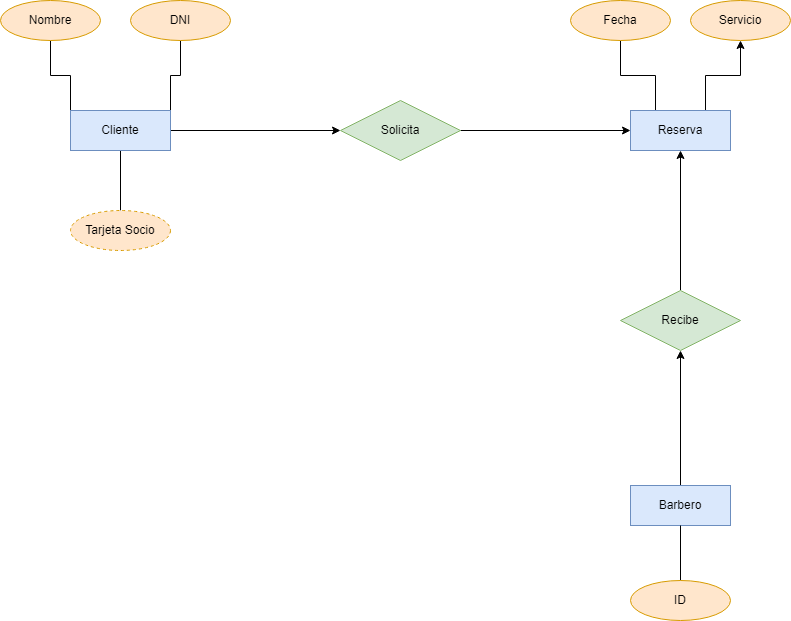
Above: Modelo_entidad_relacion.drawio.png in colidom/proyecto-ets (draw.io), before the change. Source tidied: cells renumbered, new cells last; positions are measured from the earlier drawing's top-left corner, leaving out a move shared by most shapes.
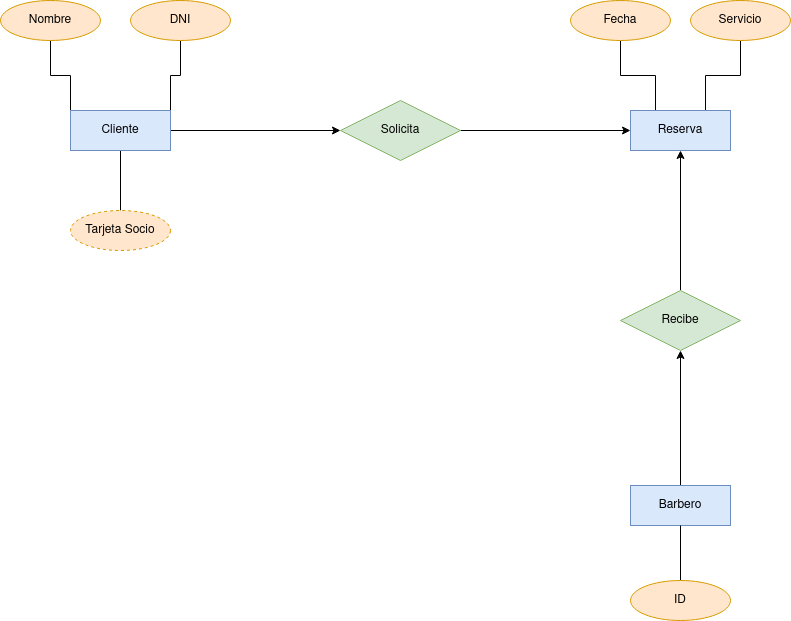
Later version of the same file.

Change to the diagram source:
```diff
@@ -26,7 +26,7 @@
     <mxCell id="9" style="edgeStyle=orthogonalEdgeStyle;rounded=0;jettySize=auto;html=1;exitX=0.25;exitY=0;exitDx=0;exitDy=0;entryX=0.5;entryY=1;entryDx=0;entryDy=0;endArrow=none;endFill=0;" parent="1" edge="1" source="11" target="19">
       <mxGeometry relative="1" as="geometry" />
     </mxCell>
-    <mxCell id="10" style="edgeStyle=orthogonalEdgeStyle;rounded=0;jettySize=auto;html=1;exitX=0.75;exitY=0;exitDx=0;exitDy=0;entryX=0.5;entryY=1;entryDx=0;entryDy=0;" parent="1" edge="1" source="11" target="18">
+    <mxCell id="10" style="edgeStyle=orthogonalEdgeStyle;rounded=0;jettySize=auto;html=1;exitX=0.75;exitY=0;exitDx=0;exitDy=0;entryX=0.5;entryY=1;entryDx=0;entryDy=0;endArrow=none;endFill=0;" parent="1" edge="1" source="11" target="18">
       <mxGeometry relative="1" as="geometry" />
     </mxCell>
     <mxCell id="11" value="Reserva" style="whiteSpace=wrap;html=1;align=center;fillColor=#dae8fc;strokeColor=#6c8ebf;" parent="1" vertex="1">
```
